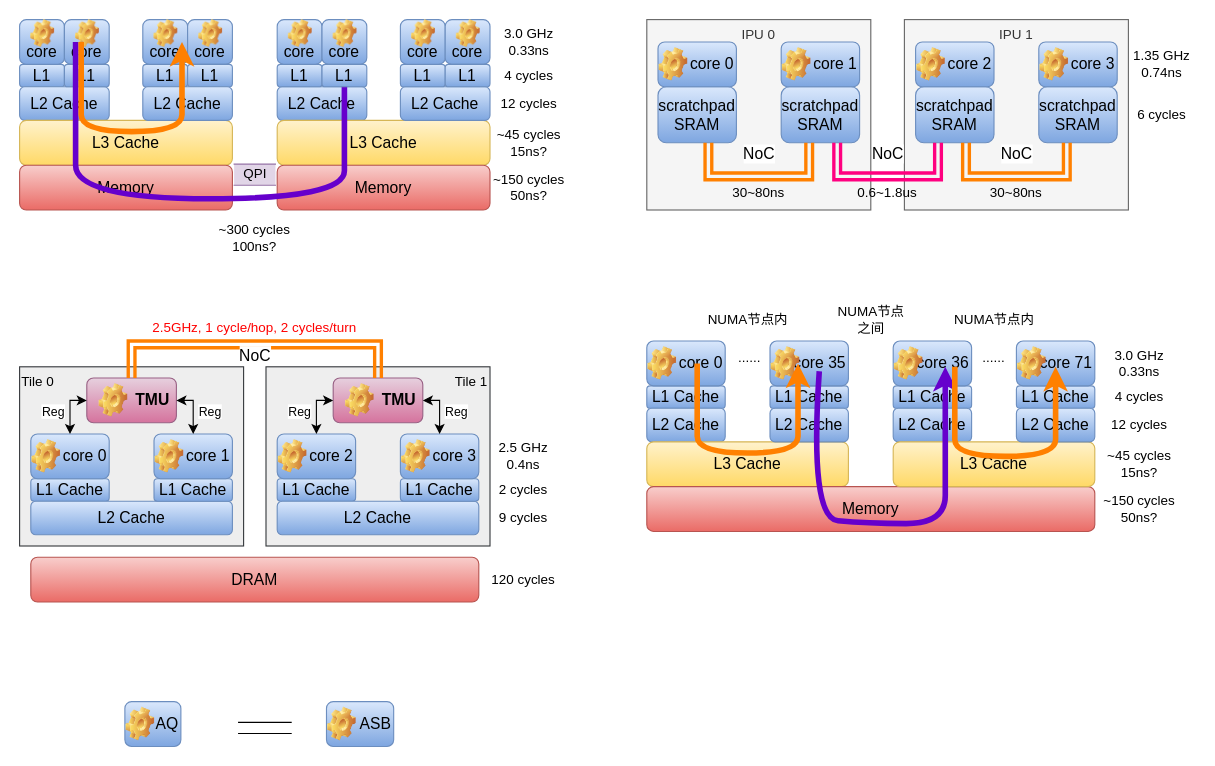
Before: verilator_digrams/通信方案.drawio in Dercury/CLDK, a draw.io diagram. Source tidied: cells renumbered, new cells numbered last; positions are measured from the earlier drawing's top-left corner, leaving out a move shared by most shapes. Both pictures are drawn from the tidied source at 112%, with x=0, y=0 at pixel (19, 19).
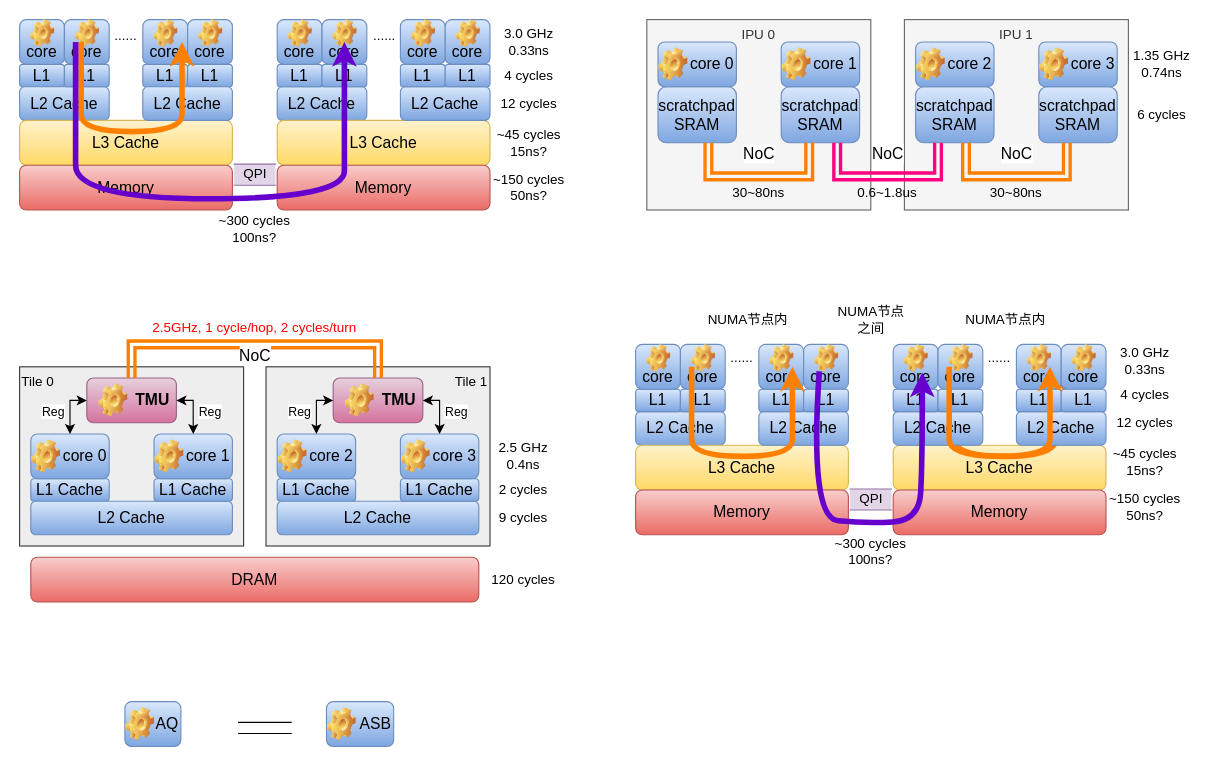
The same page after the edit.

Commit message (it also covers changes not shown here):
更新通信方案.drawio

Diff of the diagram source:
```diff
@@
-    <mxCell id="95" value="L1 Cache" style="rounded=1;whiteSpace=wrap;html=1;fillColor=#dae8fc;gradientColor=#7ea6e0;strokeColor=#6c8ebf;fontSize=14;" parent="1" vertex="1">
-      <mxGeometry x="560" y="327" width="70" height="20" as="geometry" />
-    </mxCell>
     <mxCell id="96" value="L2 Cache" style="rounded=1;whiteSpace=wrap;html=1;fillColor=#dae8fc;gradientColor=#7ea6e0;strokeColor=#6c8ebf;fontSize=14;" parent="1" vertex="1">
-      <mxGeometry x="560" y="347" width="70" height="30" as="geometry" />
+      <mxGeometry x="550" y="350" width="80" height="30" as="geometry" />
     </mxCell>
     <mxCell id="97" value="L3 Cache" style="rounded=1;whiteSpace=wrap;html=1;fontSize=14;fillColor=#fff2cc;gradientColor=#ffd966;strokeColor=#d6b656;" parent="1" vertex="1">
-      <mxGeometry x="560" y="377" width="180" height="40" as="geometry" />
+      <mxGeometry x="550" y="380" width="190" height="40" as="geometry" />
     </mxCell>
-    <mxCell id="98" value="L1 Cache" style="rounded=1;whiteSpace=wrap;html=1;fillColor=#dae8fc;gradientColor=#7ea6e0;strokeColor=#6c8ebf;fontSize=14;" parent="1" vertex="1">
-      <mxGeometry x="670" y="327" width="70" height="20" as="geometry" />
-    </mxCell>
     <mxCell id="99" value="L2 Cache" style="rounded=1;whiteSpace=wrap;html=1;fillColor=#dae8fc;gradientColor=#7ea6e0;strokeColor=#6c8ebf;fontSize=14;" parent="1" vertex="1">
-      <mxGeometry x="670" y="347" width="70" height="30" as="geometry" />
+      <mxGeometry x="660" y="350" width="80" height="30" as="geometry" />
     </mxCell>
-    <mxCell id="100" value="Memory" style="rounded=1;whiteSpace=wrap;html=1;fontSize=14;fillColor=#f8cecc;gradientColor=#ea6b66;strokeColor=#b85450;" parent="1" vertex="1">
-      <mxGeometry x="560" y="417" width="400" height="40" as="geometry" />
-    </mxCell>
-    <mxCell id="101" value="L1 Cache" style="rounded=1;whiteSpace=wrap;html=1;fillColor=#dae8fc;gradientColor=#7ea6e0;strokeColor=#6c8ebf;fontSize=14;" parent="1" vertex="1">
-      <mxGeometry x="780" y="327" width="70" height="20" as="geometry" />
-    </mxCell>
-    <mxCell id="102" value="L2 Cache" style="rounded=1;whiteSpace=wrap;html=1;fillColor=#dae8fc;gradientColor=#7ea6e0;strokeColor=#6c8ebf;fontSize=14;" parent="1" vertex="1">
-      <mxGeometry x="780" y="347" width="70" height="30" as="geometry" />
-    </mxCell>
     <mxCell id="103" value="L3 Cache" style="rounded=1;whiteSpace=wrap;html=1;fontSize=14;fillColor=#fff2cc;gradientColor=#ffd966;strokeColor=#d6b656;" parent="1" vertex="1">
-      <mxGeometry x="780" y="377" width="180" height="40" as="geometry" />
+      <mxGeometry x="780" y="380" width="190" height="40" as="geometry" />
     </mxCell>
-    <mxCell id="104" value="L1 Cache" style="rounded=1;whiteSpace=wrap;html=1;fillColor=#dae8fc;gradientColor=#7ea6e0;strokeColor=#6c8ebf;fontSize=14;" parent="1" vertex="1">
-      <mxGeometry x="890" y="327" width="70" height="20" as="geometry" />
-    </mxCell>
-    <mxCell id="105" value="L2 Cache" style="rounded=1;whiteSpace=wrap;html=1;fillColor=#dae8fc;gradientColor=#7ea6e0;strokeColor=#6c8ebf;fontSize=14;" parent="1" vertex="1">
-      <mxGeometry x="890" y="347" width="70" height="30" as="geometry" />
-    </mxCell>
-    <mxCell id="106" style="group;" parent="1" vertex="1">
-      <mxGeometry x="560" y="287" width="70" height="40" as="geometry" />
-    </mxCell>
-    <mxCell id="107" value="core 0" style="rounded=1;whiteSpace=wrap;html=1;fillColor=#dae8fc;gradientColor=#7ea6e0;strokeColor=#6c8ebf;fontSize=14;align=right;" parent="106" vertex="1">
-      <mxGeometry width="70" height="40" as="geometry" />
-    </mxCell>
-    <mxCell id="108" style="shape=image;html=1;verticalLabelPosition=bottom;verticalAlign=top;imageAspect=1;image=img/clipart/Gear_128x128.png;" parent="106" vertex="1">
-      <mxGeometry x="1" y="5" width="25.6" height="30" as="geometry" />
-    </mxCell>
-    <mxCell id="109" style="group;" parent="1" vertex="1">
-      <mxGeometry x="670" y="287" width="70" height="40" as="geometry" />
-    </mxCell>
-    <mxCell id="110" value="core 35" style="rounded=1;whiteSpace=wrap;html=1;fillColor=#dae8fc;gradientColor=#7ea6e0;strokeColor=#6c8ebf;fontSize=14;align=right;" parent="109" vertex="1">
-      <mxGeometry width="70" height="40" as="geometry" />
-    </mxCell>
-    <mxCell id="111" style="shape=image;html=1;verticalLabelPosition=bottom;verticalAlign=top;imageAspect=1;image=img/clipart/Gear_128x128.png;" parent="109" vertex="1">
-      <mxGeometry x="1" y="5" width="25.6" height="30" as="geometry" />
-    </mxCell>
-    <mxCell id="112" style="group;" parent="1" vertex="1">
-      <mxGeometry x="780" y="287" width="70" height="40" as="geometry" />
-    </mxCell>
-    <mxCell id="113" value="core 36" style="rounded=1;whiteSpace=wrap;html=1;fillColor=#dae8fc;gradientColor=#7ea6e0;strokeColor=#6c8ebf;fontSize=14;align=right;" parent="112" vertex="1">
-      <mxGeometry width="70" height="40" as="geometry" />
-    </mxCell>
-    <mxCell id="114" style="shape=image;html=1;verticalLabelPosition=bottom;verticalAlign=top;imageAspect=1;image=img/clipart/Gear_128x128.png;" parent="112" vertex="1">
-      <mxGeometry x="1" y="5" width="25.6" height="30" as="geometry" />
-    </mxCell>
-    <mxCell id="115" style="group;" parent="1" vertex="1">
-      <mxGeometry x="890" y="287" width="70" height="40" as="geometry" />
-    </mxCell>
-    <mxCell id="116" value="core 71" style="rounded=1;whiteSpace=wrap;html=1;fillColor=#dae8fc;gradientColor=#7ea6e0;strokeColor=#6c8ebf;fontSize=14;align=right;" parent="115" vertex="1">
-      <mxGeometry width="70" height="40" as="geometry" />
-    </mxCell>
-    <mxCell id="117" style="shape=image;html=1;verticalLabelPosition=bottom;verticalAlign=top;imageAspect=1;image=img/clipart/Gear_128x128.png;" parent="115" vertex="1">
-      <mxGeometry x="1" y="5" width="25.6" height="30" as="geometry" />
-    </mxCell>
-    <mxCell id="118" style="curved=1;endArrow=classic;html=1;rounded=0;strokeColor=#FF8000;strokeWidth=5;" parent="1" edge="1">
-      <mxGeometry relative="1" as="geometry">
-        <mxPoint x="605" y="307" as="sourcePoint" />
-        <mxPoint x="695" y="307" as="targetPoint" />
-        <Array as="points">
-          <mxPoint x="605" y="357" />
-          <mxPoint x="605" y="387" />
-          <mxPoint x="695" y="387" />
-          <mxPoint x="695" y="357" />
-        </Array>
-      </mxGeometry>
-    </mxCell>
-    <mxCell id="119" style="curved=1;endArrow=classic;html=1;rounded=0;strokeColor=#6600CC;strokeWidth=5;" parent="1" edge="1">
-      <mxGeometry relative="1" as="geometry">
-        <mxPoint x="714" y="314" as="sourcePoint" />
-        <mxPoint x="826.5" y="310" as="targetPoint" />
-        <Array as="points">
-          <mxPoint x="705" y="445" />
-          <mxPoint x="756.5" y="450" />
-          <mxPoint x="826.5" y="450" />
-          <mxPoint x="826.5" y="400" />
-        </Array>
-      </mxGeometry>
-    </mxCell>
     <mxCell id="120" value="4 cycles" style="text;html=1;align=center;verticalAlign=middle;whiteSpace=wrap;rounded=0;" parent="1" vertex="1">
-      <mxGeometry x="970" y="322" width="60" height="30" as="geometry" />
+      <mxGeometry x="975" y="320" width="60" height="30" as="geometry" />
     </mxCell>
     <mxCell id="121" value="12 cycles" style="text;html=1;align=center;verticalAlign=middle;whiteSpace=wrap;rounded=0;" parent="1" vertex="1">
-      <mxGeometry x="970" y="347" width="60" height="30" as="geometry" />
+      <mxGeometry x="975" y="345" width="60" height="30" as="geometry" />
     </mxCell>
     <mxCell id="122" value="~45 cycles&lt;div&gt;15ns?&lt;/div&gt;" style="text;html=1;align=center;verticalAlign=middle;whiteSpace=wrap;rounded=0;" parent="1" vertex="1">
-      <mxGeometry x="970" y="382" width="60" height="30" as="geometry" />
+      <mxGeometry x="975" y="380" width="60" height="30" as="geometry" />
     </mxCell>
     <mxCell id="123" value="&lt;div&gt;~150 cycles&lt;/div&gt;&lt;div&gt;50ns?&lt;/div&gt;" style="text;html=1;align=center;verticalAlign=middle;whiteSpace=wrap;rounded=0;" parent="1" vertex="1">
-      <mxGeometry x="965" y="422" width="70" height="30" as="geometry" />
+      <mxGeometry x="970" y="420" width="70" height="30" as="geometry" />
     </mxCell>
     <mxCell id="124" value="3.0 GHz&lt;div&gt;0.33ns&lt;/div&gt;" style="text;html=1;align=center;verticalAlign=middle;whiteSpace=wrap;rounded=0;" parent="1" vertex="1">
-      <mxGeometry x="970" y="292" width="60" height="30" as="geometry" />
+      <mxGeometry x="975" y="290" width="60" height="30" as="geometry" />
     </mxCell>
@@
     <mxCell id="126" value="......" style="text;html=1;align=center;verticalAlign=middle;whiteSpace=wrap;rounded=0;" parent="1" vertex="1">
-      <mxGeometry x="622" y="287" width="60" height="30" as="geometry" />
+      <mxGeometry x="615" y="287" width="60" height="30" as="geometry" />
     </mxCell>
-    <mxCell id="127" value="......" style="text;html=1;align=center;verticalAlign=middle;whiteSpace=wrap;rounded=0;" parent="1" vertex="1">
-      <mxGeometry x="840" y="287" width="60" height="30" as="geometry" />
-    </mxCell>
@@
-    <mxCell id="129" value="NUMA节点内" style="text;html=1;align=center;verticalAlign=middle;whiteSpace=wrap;rounded=0;" parent="1" vertex="1">
-      <mxGeometry x="832.5" y="253" width="75" height="30" as="geometry" />
-    </mxCell>
@@
     <mxCell id="134" value="&lt;div&gt;~300 cycles&lt;/div&gt;&lt;div&gt;100ns?&lt;/div&gt;" style="text;html=1;align=center;verticalAlign=middle;whiteSpace=wrap;rounded=0;" parent="1" vertex="1">
-      <mxGeometry x="175" y="180" width="70" height="30" as="geometry" />
+      <mxGeometry x="175" y="172" width="70" height="30" as="geometry" />
     </mxCell>
@@
-    <mxCell id="142" style="curved=1;endArrow=classic;html=1;rounded=0;strokeColor=#6600CC;strokeWidth=5;" parent="1" edge="1">
-      <mxGeometry relative="1" as="geometry">
-        <mxPoint x="50" y="20" as="sourcePoint" />
-        <mxPoint x="290" y="20" as="targetPoint" />
-        <Array as="points">
-          <mxPoint x="50" y="100" />
-          <mxPoint x="50" y="160" />
-          <mxPoint x="290" y="160" />
-          <mxPoint x="290" y="110" />
-        </Array>
-      </mxGeometry>
-    </mxCell>
@@
     <mxCell id="148" style="group;" parent="1" vertex="1">
-      <mxGeometry x="270" width="40" height="40" as="geometry" />
+      <mxGeometry x="270" width="90" height="40" as="geometry" />
     </mxCell>
@@
+    <mxCell id="160" value="......" style="text;html=1;align=center;verticalAlign=middle;whiteSpace=wrap;rounded=0;" parent="148" vertex="1">
+      <mxGeometry x="26" width="60" height="30" as="geometry" />
+    </mxCell>
@@
+    <mxCell id="161" value="L1" style="rounded=1;whiteSpace=wrap;html=1;fillColor=#dae8fc;gradientColor=#7ea6e0;strokeColor=#6c8ebf;fontSize=14;" parent="1" vertex="1">
+      <mxGeometry x="550" y="330" width="40" height="20" as="geometry" />
+    </mxCell>
+    <mxCell id="162" style="group;" parent="1" vertex="1">
+      <mxGeometry x="550" y="290" width="40" height="40" as="geometry" />
+    </mxCell>
+    <mxCell id="163" value="core" style="rounded=1;whiteSpace=wrap;html=1;fillColor=#dae8fc;gradientColor=#7ea6e0;strokeColor=#6c8ebf;fontSize=14;align=center;verticalAlign=bottom;" parent="162" vertex="1">
+      <mxGeometry width="40" height="40" as="geometry" />
+    </mxCell>
+    <mxCell id="164" style="shape=image;html=1;verticalLabelPosition=bottom;verticalAlign=top;imageAspect=1;image=img/clipart/Gear_128x128.png;" parent="162" vertex="1">
+      <mxGeometry x="10" width="21.3" height="25" as="geometry" />
+    </mxCell>
+    <mxCell id="165" style="group;" parent="1" vertex="1">
+      <mxGeometry x="590" y="290" width="40" height="40" as="geometry" />
+    </mxCell>
+    <mxCell id="166" value="core" style="rounded=1;whiteSpace=wrap;html=1;fillColor=#dae8fc;gradientColor=#7ea6e0;strokeColor=#6c8ebf;fontSize=14;align=center;verticalAlign=bottom;" parent="165" vertex="1">
+      <mxGeometry width="40" height="40" as="geometry" />
+    </mxCell>
+    <mxCell id="167" style="shape=image;html=1;verticalLabelPosition=bottom;verticalAlign=top;imageAspect=1;image=img/clipart/Gear_128x128.png;" parent="165" vertex="1">
+      <mxGeometry x="10" width="21.3" height="25" as="geometry" />
+    </mxCell>
+    <mxCell id="168" value="L1" style="rounded=1;whiteSpace=wrap;html=1;fillColor=#dae8fc;gradientColor=#7ea6e0;strokeColor=#6c8ebf;fontSize=14;" parent="1" vertex="1">
+      <mxGeometry x="590" y="330" width="40" height="20" as="geometry" />
+    </mxCell>
+    <mxCell id="142" style="curved=1;endArrow=classic;html=1;rounded=0;strokeColor=#6600CC;strokeWidth=5;" parent="1" edge="1">
+      <mxGeometry relative="1" as="geometry">
+        <mxPoint x="50" y="20" as="sourcePoint" />
+        <mxPoint x="290" y="20" as="targetPoint" />
+        <Array as="points">
+          <mxPoint x="50" y="100" />
+          <mxPoint x="50" y="160" />
+          <mxPoint x="290" y="160" />
+          <mxPoint x="290" y="110" />
+        </Array>
+      </mxGeometry>
+    </mxCell>
+    <mxCell id="169" value="Memory" style="rounded=1;whiteSpace=wrap;html=1;fontSize=14;fillColor=#f8cecc;gradientColor=#ea6b66;strokeColor=#b85450;" parent="1" vertex="1">
+      <mxGeometry x="550" y="420" width="190" height="40" as="geometry" />
+    </mxCell>
+    <mxCell id="170" value="Memory" style="rounded=1;whiteSpace=wrap;html=1;fontSize=14;fillColor=#f8cecc;gradientColor=#ea6b66;strokeColor=#b85450;" parent="1" vertex="1">
+      <mxGeometry x="780" y="420" width="190" height="40" as="geometry" />
+    </mxCell>
+    <mxCell id="171" value="QPI" style="shape=partialRectangle;whiteSpace=wrap;html=1;top=0;bottom=0;fillColor=#e1d5e7;rotation=90;horizontal=0;strokeColor=#9673a6;" parent="1" vertex="1">
+      <mxGeometry x="750.6" y="410" width="18.8" height="36.9" as="geometry" />
+    </mxCell>
+    <mxCell id="172" value="&lt;div&gt;~300 cycles&lt;/div&gt;&lt;div&gt;100ns?&lt;/div&gt;" style="text;html=1;align=center;verticalAlign=middle;whiteSpace=wrap;rounded=0;" parent="1" vertex="1">
+      <mxGeometry x="725" y="460" width="70" height="30" as="geometry" />
+    </mxCell>
+    <mxCell id="173" value="L1" style="rounded=1;whiteSpace=wrap;html=1;fillColor=#dae8fc;gradientColor=#7ea6e0;strokeColor=#6c8ebf;fontSize=14;" parent="1" vertex="1">
+      <mxGeometry x="660" y="330" width="40" height="20" as="geometry" />
+    </mxCell>
+    <mxCell id="174" style="group;" parent="1" vertex="1">
+      <mxGeometry x="660" y="290" width="40" height="40" as="geometry" />
+    </mxCell>
+    <mxCell id="175" value="core" style="rounded=1;whiteSpace=wrap;html=1;fillColor=#dae8fc;gradientColor=#7ea6e0;strokeColor=#6c8ebf;fontSize=14;align=center;verticalAlign=bottom;" parent="174" vertex="1">
+      <mxGeometry width="40" height="40" as="geometry" />
+    </mxCell>
+    <mxCell id="176" style="shape=image;html=1;verticalLabelPosition=bottom;verticalAlign=top;imageAspect=1;image=img/clipart/Gear_128x128.png;" parent="174" vertex="1">
+      <mxGeometry x="10" width="21.3" height="25" as="geometry" />
+    </mxCell>
+    <mxCell id="177" style="group;" parent="1" vertex="1">
+      <mxGeometry x="700" y="290" width="40" height="40" as="geometry" />
+    </mxCell>
+    <mxCell id="178" value="core" style="rounded=1;whiteSpace=wrap;html=1;fillColor=#dae8fc;gradientColor=#7ea6e0;strokeColor=#6c8ebf;fontSize=14;align=center;verticalAlign=bottom;" parent="177" vertex="1">
+      <mxGeometry width="40" height="40" as="geometry" />
+    </mxCell>
+    <mxCell id="179" style="shape=image;html=1;verticalLabelPosition=bottom;verticalAlign=top;imageAspect=1;image=img/clipart/Gear_128x128.png;" parent="177" vertex="1">
+      <mxGeometry x="10" width="21.3" height="25" as="geometry" />
+    </mxCell>
+    <mxCell id="180" value="L1" style="rounded=1;whiteSpace=wrap;html=1;fillColor=#dae8fc;gradientColor=#7ea6e0;strokeColor=#6c8ebf;fontSize=14;" parent="1" vertex="1">
+      <mxGeometry x="700" y="330" width="40" height="20" as="geometry" />
+    </mxCell>
+    <mxCell id="181" value="L2 Cache" style="rounded=1;whiteSpace=wrap;html=1;fillColor=#dae8fc;gradientColor=#7ea6e0;strokeColor=#6c8ebf;fontSize=14;" parent="1" vertex="1">
+      <mxGeometry x="780" y="350" width="80" height="30" as="geometry" />
+    </mxCell>
+    <mxCell id="182" value="L2 Cache" style="rounded=1;whiteSpace=wrap;html=1;fillColor=#dae8fc;gradientColor=#7ea6e0;strokeColor=#6c8ebf;fontSize=14;" parent="1" vertex="1">
+      <mxGeometry x="890" y="350" width="80" height="30" as="geometry" />
+    </mxCell>
+    <mxCell id="183" value="......" style="text;html=1;align=center;verticalAlign=middle;whiteSpace=wrap;rounded=0;" parent="1" vertex="1">
+      <mxGeometry x="845" y="287" width="60" height="30" as="geometry" />
+    </mxCell>
+    <mxCell id="129" value="NUMA节点内" style="text;html=1;align=center;verticalAlign=middle;whiteSpace=wrap;rounded=0;" parent="1" vertex="1">
+      <mxGeometry x="842.5" y="253" width="75" height="30" as="geometry" />
+    </mxCell>
+    <mxCell id="184" value="L1" style="rounded=1;whiteSpace=wrap;html=1;fillColor=#dae8fc;gradientColor=#7ea6e0;strokeColor=#6c8ebf;fontSize=14;" parent="1" vertex="1">
+      <mxGeometry x="780" y="330" width="40" height="20" as="geometry" />
+    </mxCell>
+    <mxCell id="185" style="group;" parent="1" vertex="1">
+      <mxGeometry x="780" y="290" width="40" height="40" as="geometry" />
+    </mxCell>
+    <mxCell id="186" value="core" style="rounded=1;whiteSpace=wrap;html=1;fillColor=#dae8fc;gradientColor=#7ea6e0;strokeColor=#6c8ebf;fontSize=14;align=center;verticalAlign=bottom;" parent="185" vertex="1">
+      <mxGeometry width="40" height="40" as="geometry" />
+    </mxCell>
+    <mxCell id="187" style="shape=image;html=1;verticalLabelPosition=bottom;verticalAlign=top;imageAspect=1;image=img/clipart/Gear_128x128.png;" parent="185" vertex="1">
+      <mxGeometry x="10" width="21.3" height="25" as="geometry" />
+    </mxCell>
+    <mxCell id="188" style="group;" parent="1" vertex="1">
+      <mxGeometry x="820" y="290" width="40" height="40" as="geometry" />
+    </mxCell>
+    <mxCell id="189" value="core" style="rounded=1;whiteSpace=wrap;html=1;fillColor=#dae8fc;gradientColor=#7ea6e0;strokeColor=#6c8ebf;fontSize=14;align=center;verticalAlign=bottom;" parent="188" vertex="1">
+      <mxGeometry width="40" height="40" as="geometry" />
+    </mxCell>
+    <mxCell id="190" style="shape=image;html=1;verticalLabelPosition=bottom;verticalAlign=top;imageAspect=1;image=img/clipart/Gear_128x128.png;" parent="188" vertex="1">
+      <mxGeometry x="10" width="21.3" height="25" as="geometry" />
+    </mxCell>
+    <mxCell id="191" value="L1" style="rounded=1;whiteSpace=wrap;html=1;fillColor=#dae8fc;gradientColor=#7ea6e0;strokeColor=#6c8ebf;fontSize=14;" parent="1" vertex="1">
+      <mxGeometry x="820" y="330" width="40" height="20" as="geometry" />
+    </mxCell>
+    <mxCell id="192" value="L1" style="rounded=1;whiteSpace=wrap;html=1;fillColor=#dae8fc;gradientColor=#7ea6e0;strokeColor=#6c8ebf;fontSize=14;" parent="1" vertex="1">
+      <mxGeometry x="890" y="330" width="40" height="20" as="geometry" />
+    </mxCell>
+    <mxCell id="193" style="group;" parent="1" vertex="1">
+      <mxGeometry x="890" y="290" width="40" height="40" as="geometry" />
+    </mxCell>
+    <mxCell id="194" value="core" style="rounded=1;whiteSpace=wrap;html=1;fillColor=#dae8fc;gradientColor=#7ea6e0;strokeColor=#6c8ebf;fontSize=14;align=center;verticalAlign=bottom;" parent="193" vertex="1">
+      <mxGeometry width="40" height="40" as="geometry" />
+    </mxCell>
+    <mxCell id="195" style="shape=image;html=1;verticalLabelPosition=bottom;verticalAlign=top;imageAspect=1;image=img/clipart/Gear_128x128.png;" parent="193" vertex="1">
+      <mxGeometry x="10" width="21.3" height="25" as="geometry" />
+    </mxCell>
+    <mxCell id="196" style="group;" parent="1" vertex="1">
+      <mxGeometry x="930" y="290" width="40" height="40" as="geometry" />
+    </mxCell>
+    <mxCell id="197" value="core" style="rounded=1;whiteSpace=wrap;html=1;fillColor=#dae8fc;gradientColor=#7ea6e0;strokeColor=#6c8ebf;fontSize=14;align=center;verticalAlign=bottom;" parent="196" vertex="1">
+      <mxGeometry width="40" height="40" as="geometry" />
+    </mxCell>
+    <mxCell id="198" style="shape=image;html=1;verticalLabelPosition=bottom;verticalAlign=top;imageAspect=1;image=img/clipart/Gear_128x128.png;" parent="196" vertex="1">
+      <mxGeometry x="10" width="21.3" height="25" as="geometry" />
+    </mxCell>
+    <mxCell id="199" value="L1" style="rounded=1;whiteSpace=wrap;html=1;fillColor=#dae8fc;gradientColor=#7ea6e0;strokeColor=#6c8ebf;fontSize=14;" parent="1" vertex="1">
+      <mxGeometry x="930" y="330" width="40" height="20" as="geometry" />
+    </mxCell>
+    <mxCell id="200" style="curved=1;endArrow=classic;html=1;rounded=0;strokeColor=#FF8000;strokeWidth=5;" parent="1" edge="1">
+      <mxGeometry relative="1" as="geometry">
+        <mxPoint x="830" y="310" as="sourcePoint" />
+        <mxPoint x="920" y="310" as="targetPoint" />
+        <Array as="points">
+          <mxPoint x="830" y="360" />
+          <mxPoint x="830" y="390" />
+          <mxPoint x="920" y="390" />
+          <mxPoint x="920" y="360" />
+        </Array>
+      </mxGeometry>
+    </mxCell>
+    <mxCell id="119" style="curved=1;endArrow=classic;html=1;rounded=0;strokeColor=#6600CC;strokeWidth=5;entryX=0.75;entryY=1;entryDx=0;entryDy=0;" parent="1" edge="1" target="187">
+      <mxGeometry relative="1" as="geometry">
+        <mxPoint x="714" y="314" as="sourcePoint" />
+        <Array as="points">
+          <mxPoint x="705" y="445" />
+          <mxPoint x="756.5" y="450" />
+          <mxPoint x="803" y="447" />
+          <mxPoint x="806" y="398" />
+        </Array>
+      </mxGeometry>
+    </mxCell>
+    <mxCell id="118" style="curved=1;endArrow=classic;html=1;rounded=0;strokeColor=#FF8000;strokeWidth=5;" parent="1" edge="1">
+      <mxGeometry relative="1" as="geometry">
+        <mxPoint x="600" y="310" as="sourcePoint" />
+        <mxPoint x="690" y="310" as="targetPoint" />
+        <Array as="points">
+          <mxPoint x="600" y="360" />
+          <mxPoint x="600" y="390" />
+          <mxPoint x="690" y="390" />
+          <mxPoint x="690" y="360" />
+        </Array>
+      </mxGeometry>
+    </mxCell>
+    <mxCell id="201" value="......" style="text;html=1;align=center;verticalAlign=middle;whiteSpace=wrap;rounded=0;" parent="1" vertex="1">
+      <mxGeometry x="65" width="60" height="30" as="geometry" />
+    </mxCell>
```
